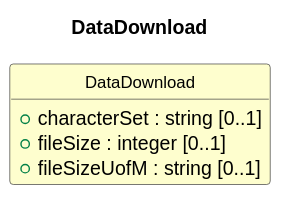
Before: build/plantuml/cdifDataDescription/Classes/DataDownload.svg, a diagram exported from PlantUML (Cross-Domain-Interoperability-Framework/metadataBuildingBlocks).
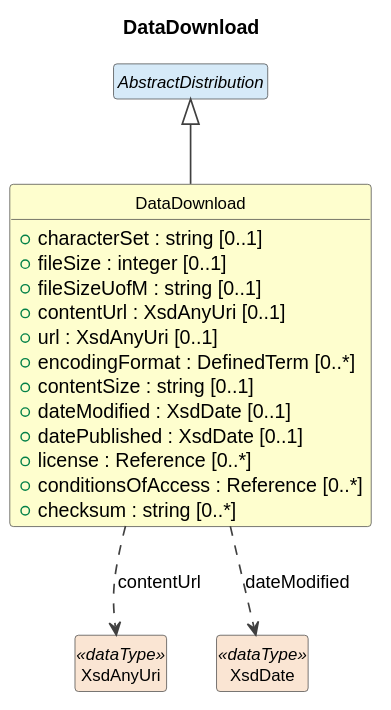
The same file after the commit.

Diff of the diagram source:
```diff
@@ -14,5 +14,20 @@
   +characterSet : string [0..1]
   +fileSize : integer [0..1]
   +fileSizeUofM : string [0..1]
+  +contentUrl : XsdAnyUri [0..1]
+  +url : XsdAnyUri [0..1]
+  +encodingFormat : DefinedTerm [0..*]
+  +contentSize : string [0..1]
+  +dateModified : XsdDate [0..1]
+  +datePublished : XsdDate [0..1]
+  +license : Reference [0..*]
+  +conditionsOfAccess : Reference [0..*]
+  +checksum : string [0..*]
 }
+abstract class "AbstractDistribution" as AbstractDistribution #D6EAF8
+AbstractDistribution <|-- DataDownload
+class "XsdAnyUri" as XsdAnyUri <<dataType>> #FAE5D3
+DataDownload ..> XsdAnyUri : contentUrl
+class "XsdDate" as XsdDate <<dataType>> #FAE5D3
+DataDownload ..> XsdDate : dateModified
 @enduml
```
